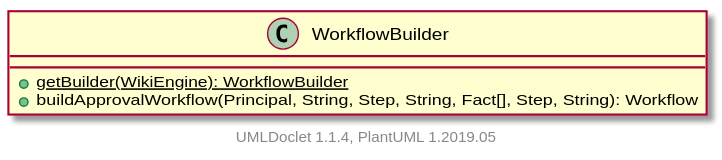
The PlantUML diagram apidocs/2.11.0.M7-SNAPSHOT/org/apache/wiki/workflow/WorkflowBuilder.svg in apache/jspwiki-site, before a commit. Source of this version:
```plantuml
@startuml

    class WorkflowBuilder [[WorkflowBuilder.html]] {
        {static} +getBuilder(WikiEngine): WorkflowBuilder
        +buildApprovalWorkflow(Principal, String, Step, String, Fact[], Step, String): Workflow
    }


    center footer UMLDoclet 1.1.4, PlantUML 1.2019.05
@enduml
```
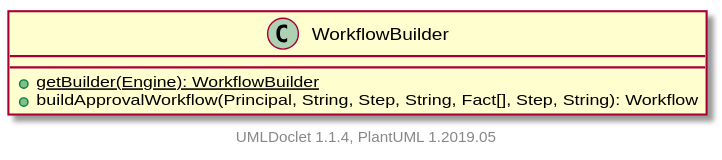
The same diagram one commit later.

The edit, as a diff of the source:
```diff
@@ -1,7 +1,7 @@
 @startuml
 
     class WorkflowBuilder [[WorkflowBuilder.html]] {
-        {static} +getBuilder(WikiEngine): WorkflowBuilder
+        {static} +getBuilder(Engine): WorkflowBuilder
         +buildApprovalWorkflow(Principal, String, Step, String, Fact[], Step, String): Workflow
     }
 
```
